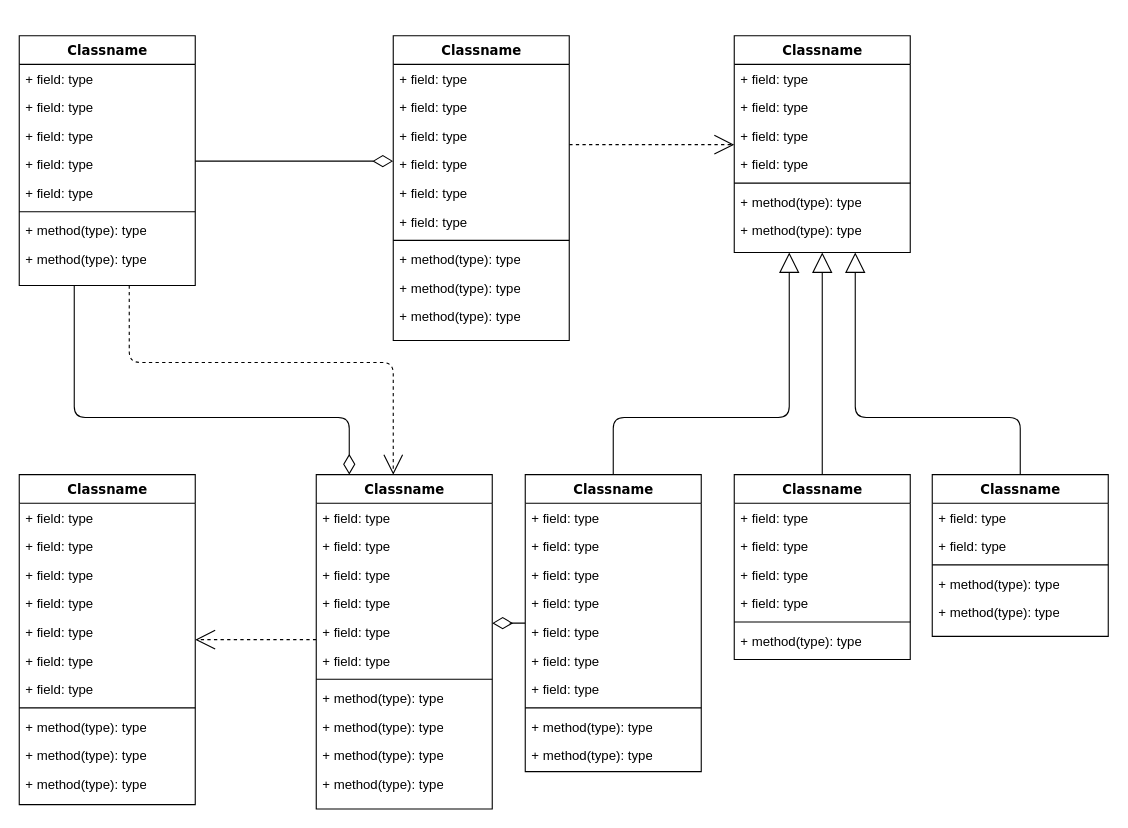
This is Untitled Diagram.drawio from SerikRakhimov/Project_MyFinance_Database, a draw.io file, before an edit. Source tidied: cells renumbered, new cells numbered last; positions are measured from the earlier drawing's top-left corner, leaving out a move shared by most shapes. Both pictures are drawn from the tidied source at 110%, with x=0, y=0 at pixel (19, 35).
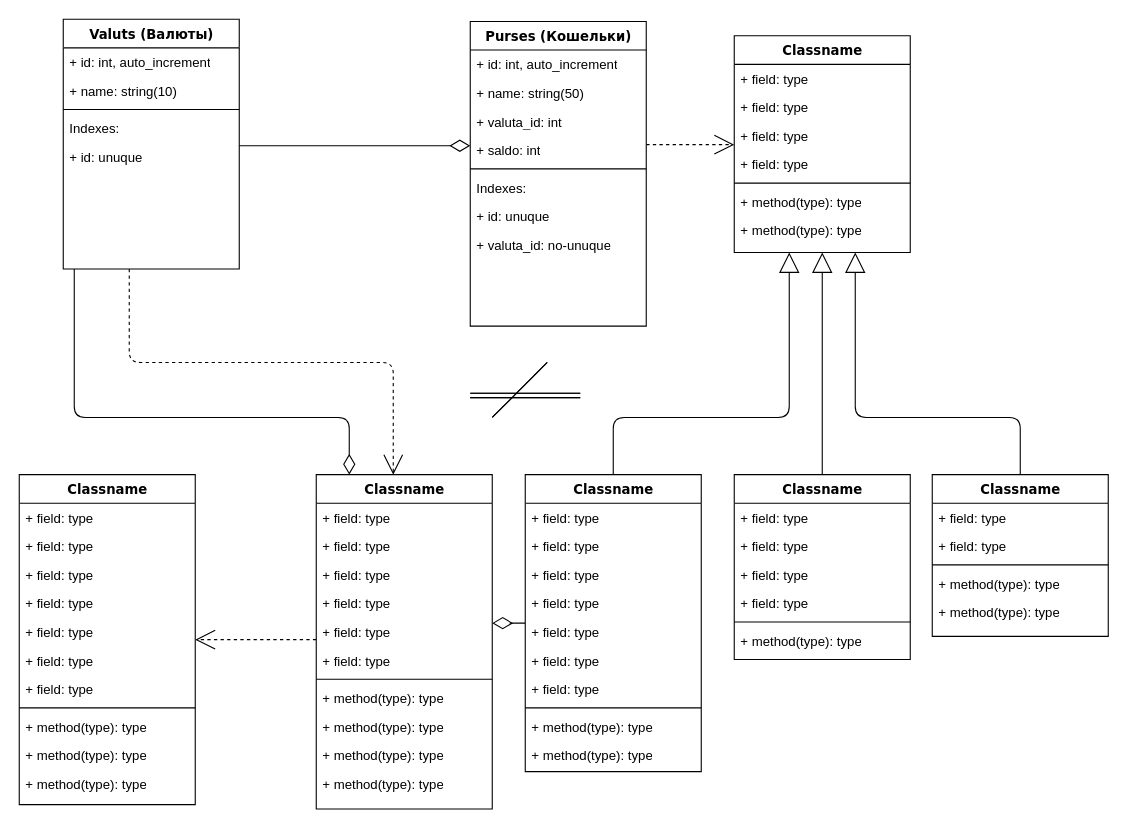
After the change.

What changed in the source:
```diff
@@
-    <mxCell id="4" value="Classname" style="swimlane;html=1;fontStyle=1;align=center;verticalAlign=top;horizontal=1;startSize=26;swimlaneFillColor=#ffffff;rounded=0;shadow=0;comic=0;labelBackgroundColor=none;strokeWidth=1;fillColor=none;fontFamily=Verdana;fontSize=12;" parent="1" vertex="1">
-      <mxGeometry width="160" height="227" as="geometry" />
+    <mxCell id="4" value="Valuts (Валюты)" style="swimlane;html=1;fontStyle=1;align=center;verticalAlign=top;horizontal=1;startSize=26;swimlaneFillColor=#ffffff;rounded=0;shadow=0;comic=0;labelBackgroundColor=none;strokeWidth=1;fillColor=none;fontFamily=Verdana;fontSize=12;" parent="1" vertex="1">
+      <mxGeometry x="40" y="-15" width="160" height="227" as="geometry" />
     </mxCell>
-    <mxCell id="5" value="+ field: type" style="text;html=1;strokeColor=none;fillColor=none;align=left;verticalAlign=top;spacingLeft=4;spacingRight=4;whiteSpace=wrap;overflow=hidden;" parent="4" vertex="1">
+    <mxCell id="5" value="+ id: int, auto_increment" style="text;html=1;strokeColor=none;fillColor=none;align=left;verticalAlign=top;spacingLeft=4;spacingRight=4;whiteSpace=wrap;overflow=hidden;" parent="4" vertex="1">
       <mxGeometry y="26" width="160" height="26" as="geometry" />
     </mxCell>
-    <mxCell id="6" value="+ field: type" style="text;html=1;strokeColor=none;fillColor=none;align=left;verticalAlign=top;spacingLeft=4;spacingRight=4;whiteSpace=wrap;overflow=hidden;" parent="4" vertex="1">
+    <mxCell id="6" value="+ name: string(10)" style="text;html=1;strokeColor=none;fillColor=none;align=left;verticalAlign=top;spacingLeft=4;spacingRight=4;whiteSpace=wrap;overflow=hidden;" parent="4" vertex="1">
       <mxGeometry y="52" width="160" height="26" as="geometry" />
     </mxCell>
-    <mxCell id="7" value="+ field: type" style="text;html=1;strokeColor=none;fillColor=none;align=left;verticalAlign=top;spacingLeft=4;spacingRight=4;whiteSpace=wrap;overflow=hidden;" parent="4" vertex="1">
-      <mxGeometry y="78" width="160" height="26" as="geometry" />
-    </mxCell>
-    <mxCell id="8" value="+ field: type" style="text;html=1;strokeColor=none;fillColor=none;align=left;verticalAlign=top;spacingLeft=4;spacingRight=4;whiteSpace=wrap;overflow=hidden;" parent="4" vertex="1">
-      <mxGeometry y="104" width="160" height="26" as="geometry" />
-    </mxCell>
-    <mxCell id="9" value="+ field: type" style="text;html=1;strokeColor=none;fillColor=none;align=left;verticalAlign=top;spacingLeft=4;spacingRight=4;whiteSpace=wrap;overflow=hidden;" parent="4" vertex="1">
-      <mxGeometry y="130" width="160" height="26" as="geometry" />
-    </mxCell>
     <mxCell id="10" style="line;html=1;strokeWidth=1;fillColor=none;align=left;verticalAlign=middle;spacingTop=-1;spacingLeft=3;spacingRight=3;labelPosition=right;" parent="4" vertex="1">
-      <mxGeometry y="156" width="160" height="8" as="geometry" />
+      <mxGeometry y="78" width="160" height="8" as="geometry" />
     </mxCell>
-    <mxCell id="11" value="+ method(type): type" style="text;html=1;strokeColor=none;fillColor=none;align=left;verticalAlign=top;spacingLeft=4;spacingRight=4;whiteSpace=wrap;overflow=hidden;" parent="4" vertex="1">
-      <mxGeometry y="164" width="160" height="26" as="geometry" />
+    <mxCell id="11" value="Indexes:" style="text;html=1;strokeColor=none;fillColor=none;align=left;verticalAlign=top;spacingLeft=4;spacingRight=4;whiteSpace=wrap;overflow=hidden;" parent="4" vertex="1">
+      <mxGeometry y="86" width="160" height="26" as="geometry" />
     </mxCell>
-    <mxCell id="12" value="+ method(type): type" style="text;html=1;strokeColor=none;fillColor=none;align=left;verticalAlign=top;spacingLeft=4;spacingRight=4;whiteSpace=wrap;overflow=hidden;" parent="4" vertex="1">
-      <mxGeometry y="190" width="160" height="26" as="geometry" />
+    <mxCell id="12" value="+ id: unuque" style="text;html=1;strokeColor=none;fillColor=none;align=left;verticalAlign=top;spacingLeft=4;spacingRight=4;whiteSpace=wrap;overflow=hidden;" parent="4" vertex="1">
+      <mxGeometry y="112" width="160" height="26" as="geometry" />
     </mxCell>
@@
-    <mxCell id="14" value="Classname" style="swimlane;html=1;fontStyle=1;align=center;verticalAlign=top;horizontal=1;startSize=26;swimlaneFillColor=#ffffff;rounded=0;shadow=0;comic=0;labelBackgroundColor=none;strokeWidth=1;fillColor=none;fontFamily=Verdana;fontSize=12;" parent="1" vertex="1">
-      <mxGeometry x="340" width="160" height="277" as="geometry" />
+    <mxCell id="14" value="Purses (Кошельки)" style="swimlane;html=1;fontStyle=1;align=center;verticalAlign=top;horizontal=1;startSize=26;swimlaneFillColor=#ffffff;rounded=0;shadow=0;comic=0;labelBackgroundColor=none;strokeWidth=1;fillColor=none;fontFamily=Verdana;fontSize=12;" parent="1" vertex="1">
+      <mxGeometry x="410" y="-13" width="160" height="277" as="geometry" />
     </mxCell>
-    <mxCell id="15" value="+ field: type" style="text;html=1;strokeColor=none;fillColor=none;align=left;verticalAlign=top;spacingLeft=4;spacingRight=4;whiteSpace=wrap;overflow=hidden;" parent="14" vertex="1">
+    <mxCell id="15" value="+ id: int, auto_increment" style="text;html=1;strokeColor=none;fillColor=none;align=left;verticalAlign=top;spacingLeft=4;spacingRight=4;whiteSpace=wrap;overflow=hidden;" parent="14" vertex="1">
       <mxGeometry y="26" width="160" height="26" as="geometry" />
     </mxCell>
-    <mxCell id="16" value="+ field: type" style="text;html=1;strokeColor=none;fillColor=none;align=left;verticalAlign=top;spacingLeft=4;spacingRight=4;whiteSpace=wrap;overflow=hidden;" parent="14" vertex="1">
+    <mxCell id="16" value="+ name: string(50)" style="text;html=1;strokeColor=none;fillColor=none;align=left;verticalAlign=top;spacingLeft=4;spacingRight=4;whiteSpace=wrap;overflow=hidden;" parent="14" vertex="1">
       <mxGeometry y="52" width="160" height="26" as="geometry" />
     </mxCell>
-    <mxCell id="17" value="+ field: type" style="text;html=1;strokeColor=none;fillColor=none;align=left;verticalAlign=top;spacingLeft=4;spacingRight=4;whiteSpace=wrap;overflow=hidden;" parent="14" vertex="1">
+    <mxCell id="17" value="+ valuta_id: int" style="text;html=1;strokeColor=none;fillColor=none;align=left;verticalAlign=top;spacingLeft=4;spacingRight=4;whiteSpace=wrap;overflow=hidden;" parent="14" vertex="1">
       <mxGeometry y="78" width="160" height="26" as="geometry" />
     </mxCell>
-    <mxCell id="18" value="+ field: type" style="text;html=1;strokeColor=none;fillColor=none;align=left;verticalAlign=top;spacingLeft=4;spacingRight=4;whiteSpace=wrap;overflow=hidden;" parent="14" vertex="1">
+    <mxCell id="18" value="+ saldo: int" style="text;html=1;strokeColor=none;fillColor=none;align=left;verticalAlign=top;spacingLeft=4;spacingRight=4;whiteSpace=wrap;overflow=hidden;" parent="14" vertex="1">
       <mxGeometry y="104" width="160" height="26" as="geometry" />
     </mxCell>
-    <mxCell id="19" value="+ field: type" style="text;html=1;strokeColor=none;fillColor=none;align=left;verticalAlign=top;spacingLeft=4;spacingRight=4;whiteSpace=wrap;overflow=hidden;" parent="14" vertex="1">
-      <mxGeometry y="130" width="160" height="26" as="geometry" />
-    </mxCell>
-    <mxCell id="20" value="+ field: type" style="text;html=1;strokeColor=none;fillColor=none;align=left;verticalAlign=top;spacingLeft=4;spacingRight=4;whiteSpace=wrap;overflow=hidden;" parent="14" vertex="1">
-      <mxGeometry y="156" width="160" height="26" as="geometry" />
-    </mxCell>
     <mxCell id="21" style="line;html=1;strokeWidth=1;fillColor=none;align=left;verticalAlign=middle;spacingTop=-1;spacingLeft=3;spacingRight=3;labelPosition=right;" parent="14" vertex="1">
-      <mxGeometry y="182" width="160" height="8" as="geometry" />
+      <mxGeometry y="130" width="160" height="8" as="geometry" />
     </mxCell>
-    <mxCell id="22" value="+ method(type): type" style="text;html=1;strokeColor=none;fillColor=none;align=left;verticalAlign=top;spacingLeft=4;spacingRight=4;whiteSpace=wrap;overflow=hidden;" parent="14" vertex="1">
-      <mxGeometry y="190" width="160" height="26" as="geometry" />
+    <mxCell id="22" value="Indexes:" style="text;html=1;strokeColor=none;fillColor=none;align=left;verticalAlign=top;spacingLeft=4;spacingRight=4;whiteSpace=wrap;overflow=hidden;" parent="14" vertex="1">
+      <mxGeometry y="138" width="160" height="26" as="geometry" />
     </mxCell>
-    <mxCell id="23" value="+ method(type): type" style="text;html=1;strokeColor=none;fillColor=none;align=left;verticalAlign=top;spacingLeft=4;spacingRight=4;whiteSpace=wrap;overflow=hidden;" parent="14" vertex="1">
-      <mxGeometry y="216" width="160" height="26" as="geometry" />
+    <mxCell id="23" value="+ id: unuque" style="text;html=1;strokeColor=none;fillColor=none;align=left;verticalAlign=top;spacingLeft=4;spacingRight=4;whiteSpace=wrap;overflow=hidden;" parent="14" vertex="1">
+      <mxGeometry y="164" width="160" height="26" as="geometry" />
     </mxCell>
-    <mxCell id="24" value="+ method(type): type" style="text;html=1;strokeColor=none;fillColor=none;align=left;verticalAlign=top;spacingLeft=4;spacingRight=4;whiteSpace=wrap;overflow=hidden;" parent="14" vertex="1">
-      <mxGeometry y="242" width="160" height="26" as="geometry" />
+    <mxCell id="24" value="+ valuta_id: no-unuque" style="text;html=1;strokeColor=none;fillColor=none;align=left;verticalAlign=top;spacingLeft=4;spacingRight=4;whiteSpace=wrap;overflow=hidden;" parent="14" vertex="1">
+      <mxGeometry y="190" width="160" height="26" as="geometry" />
     </mxCell>
@@
+    <mxCell id="87" style="endArrow=none;html=1;" parent="1" edge="1">
+      <mxGeometry relative="1" as="geometry">
+        <mxPoint x="430" y="347" as="sourcePoint" />
+        <mxPoint x="480" y="297" as="targetPoint" />
+      </mxGeometry>
+    </mxCell>
+    <mxCell id="88" style="endArrow=none;html=1;" parent="1" edge="1">
+      <mxGeometry relative="1" as="geometry">
+        <mxPoint x="430" y="347" as="sourcePoint" />
+        <mxPoint x="480" y="297" as="targetPoint" />
+      </mxGeometry>
+    </mxCell>
+    <mxCell id="89" style="shape=link;html=1;" parent="1" edge="1">
+      <mxGeometry relative="1" as="geometry">
+        <mxPoint x="410" y="327" as="sourcePoint" />
+        <mxPoint x="510" y="327" as="targetPoint" />
+      </mxGeometry>
+    </mxCell>
+    <mxCell id="90" style="shape=link;html=1;" parent="1" edge="1">
+      <mxGeometry relative="1" as="geometry">
+        <mxPoint x="410" y="327" as="sourcePoint" />
+        <mxPoint x="510" y="327" as="targetPoint" />
+      </mxGeometry>
+    </mxCell>
```
